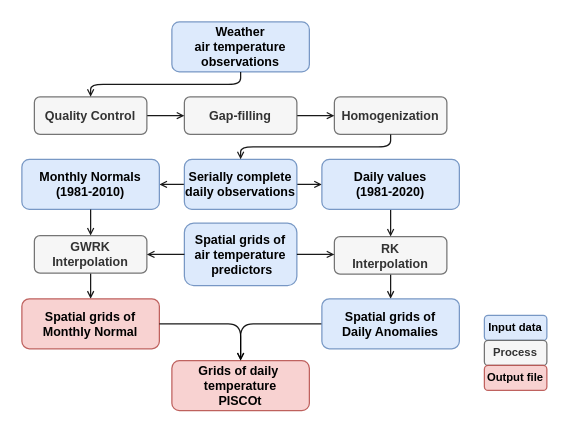
Earlier version of the draw.io diagram PISCOt_diagram.drawio (adrHuerta/diagrams). Source tidied: cells renumbered, new cells numbered last; positions are measured from the earlier drawing's top-left corner, leaving out a move shared by most shapes. Both pictures are drawn from the tidied source at 125%, with x=0, y=0 at pixel (21, 21).
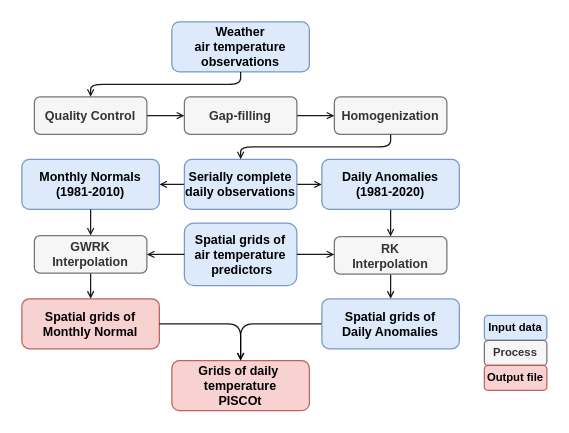
The same page after the edit.

Change to the diagram source:
```diff
@@
-    <mxCell id="27" value="Daily values&lt;br style=&quot;font-size: 10px&quot;&gt;(1981-2020)" style="rounded=1;whiteSpace=wrap;html=1;fontSize=10;fontFamily=Helvetica;fontStyle=1;opacity=90;fillColor=#dae8fc;strokeColor=#6c8ebf;" parent="1" vertex="1">
+    <mxCell id="27" value="Daily Anomalies&lt;br&gt;(1981-2020)" style="rounded=1;whiteSpace=wrap;html=1;fontSize=10;fontFamily=Helvetica;fontStyle=1;opacity=90;fillColor=#dae8fc;strokeColor=#6c8ebf;" parent="1" vertex="1">
       <mxGeometry x="240" y="110" width="110" height="40" as="geometry" />
     </mxCell>
```
